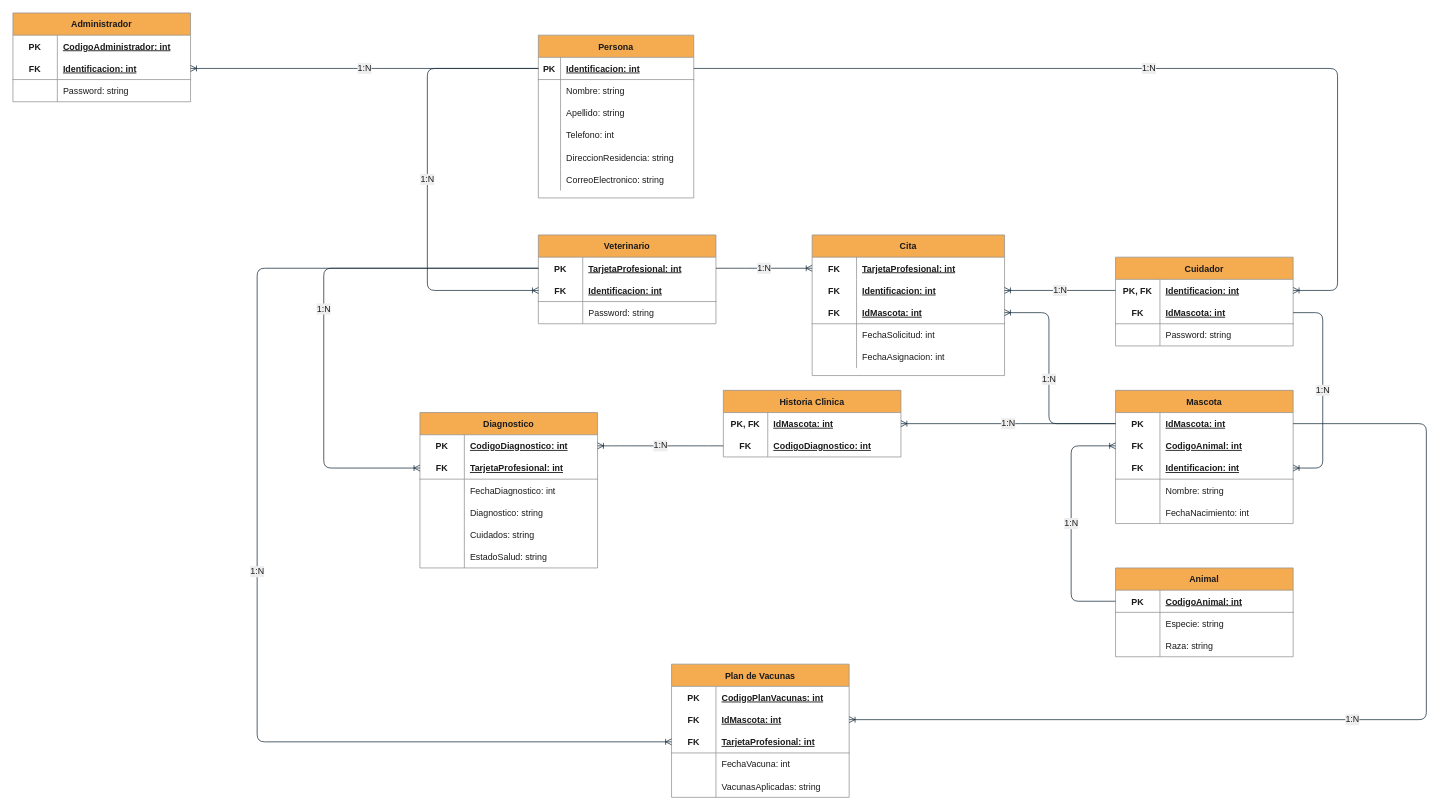
juandabi/teleVeterinaria keeps this draw.io diagram as page "Entidad relacion" (3 of 3) of Diagramas.drawio. Above is the earlier version. Source tidied: cells renumbered, new cells numbered last; positions are measured from the earlier drawing's top-left corner, leaving out a move shared by most shapes. Both pictures are drawn from the tidied source at 74%, with x=0, y=0 at pixel (13, 13).
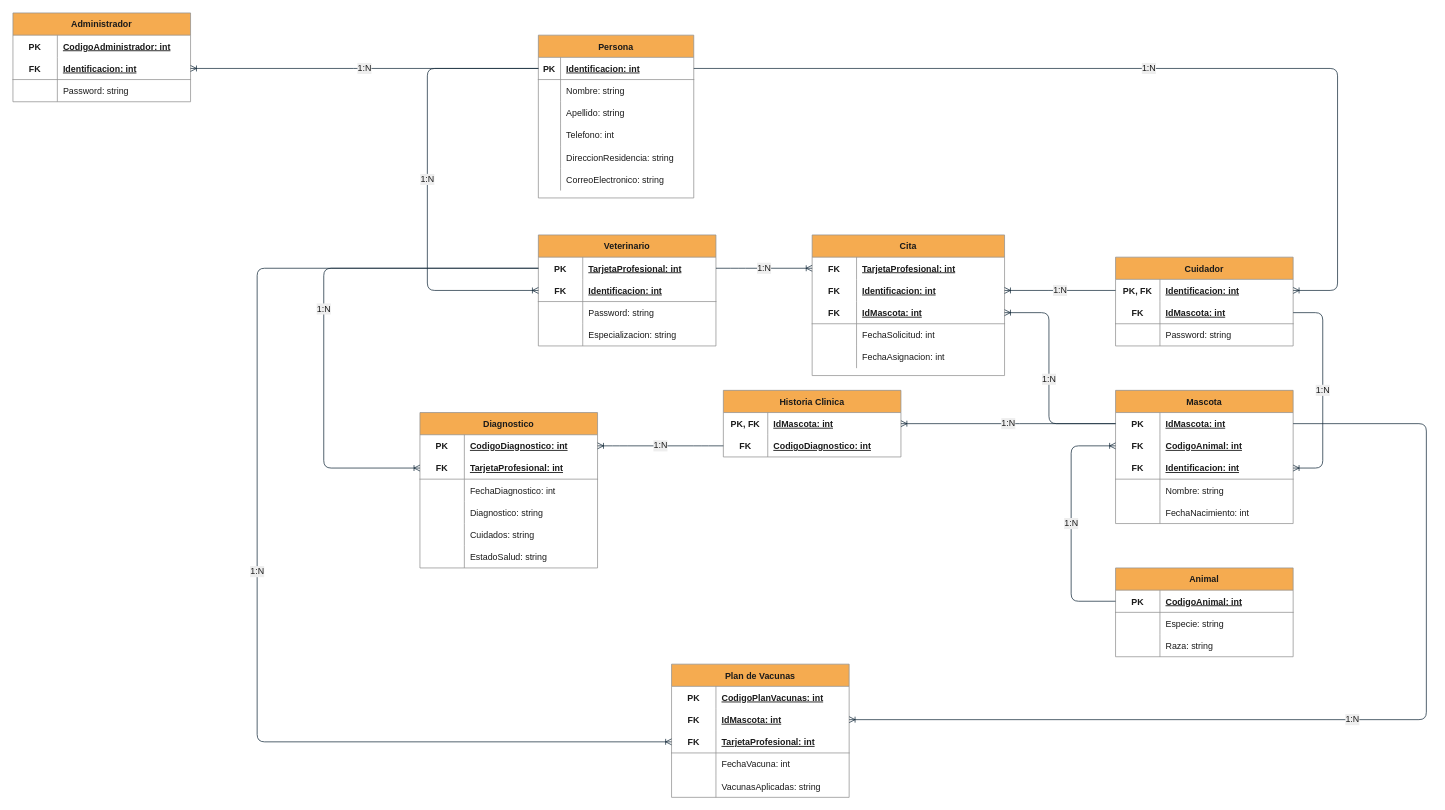
Above is the later version.

Commit message (it also covers changes not shown here):
Creacion de especializacion en veterinario

Change to the diagram source:
```diff
@@
     <mxCell id="31" value="Veterinario" style="shape=table;startSize=30;childLayout=tableLayout;rowLines=0;fontStyle=1;align=center;fillColor=#F5AB50;strokeColor=#909090;fontColor=#1A1A1A;" parent="1" vertex="1">
-      <mxGeometry x="710" y="300" width="240" height="120" as="geometry" />
+      <mxGeometry x="710" y="300" width="240" height="150" as="geometry" />
     </mxCell>
@@
+    <mxCell id="148" style="shape=partialRectangle;fillColor=none;top=0;left=0;bottom=0;right=0;strokeColor=#909090;fontColor=#1A1A1A;" parent="31" vertex="1">
+      <mxGeometry y="120" width="240" height="30" as="geometry" />
+    </mxCell>
+    <mxCell id="149" style="shape=partialRectangle;fillColor=none;top=0;left=0;bottom=0;right=0;overflow=hidden;strokeColor=#909090;fontColor=#1A1A1A;" parent="148" vertex="1">
+      <mxGeometry width="60" height="30" as="geometry" />
+    </mxCell>
+    <mxCell id="150" value="Especializacion: string" style="shape=partialRectangle;fillColor=none;top=0;left=0;bottom=0;right=0;align=left;spacingLeft=6;overflow=hidden;strokeColor=#909090;fontColor=#1A1A1A;" parent="148" vertex="1">
+      <mxGeometry x="60" width="180" height="30" as="geometry" />
+    </mxCell>
```
